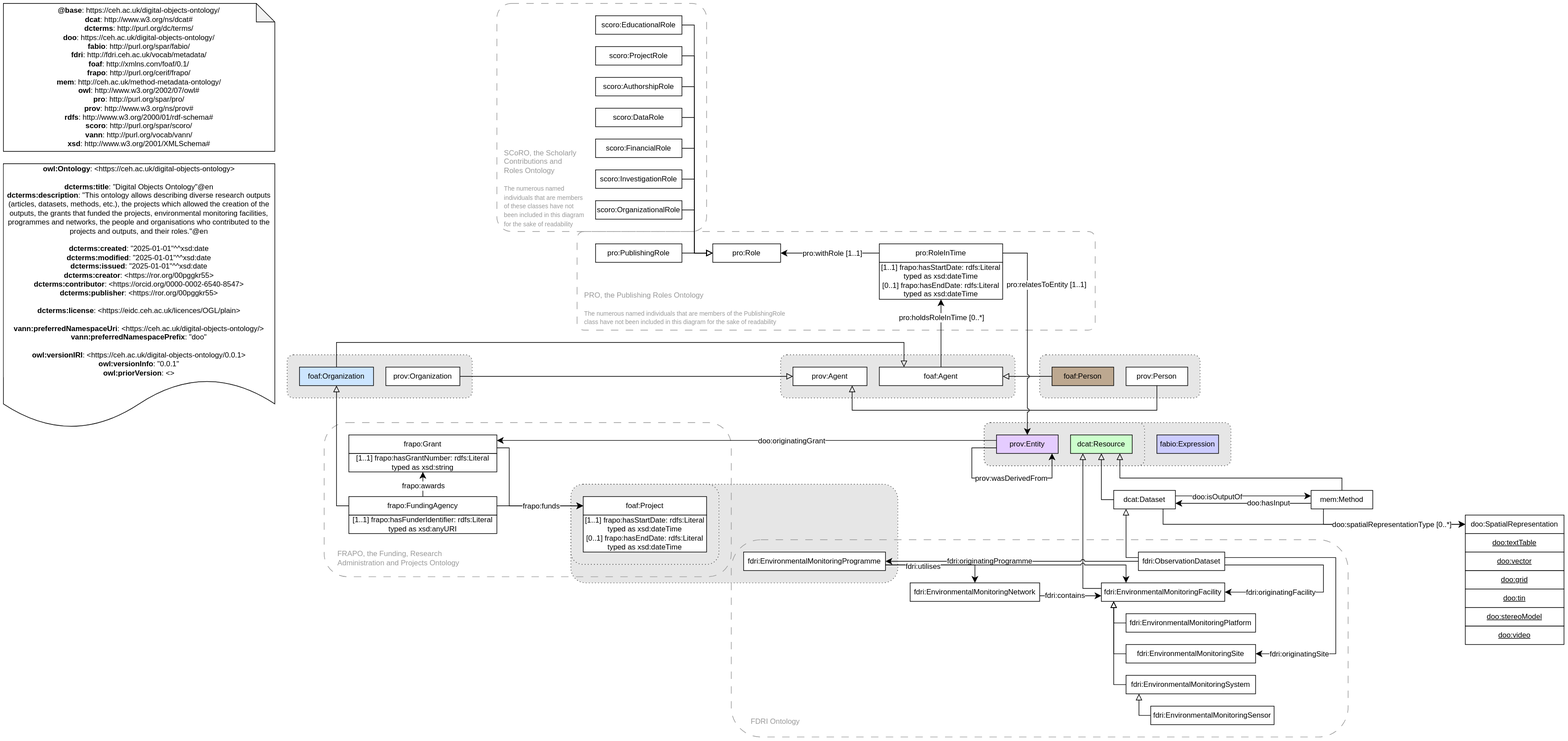
Before: ontology/diagrams/digital_objects_ontology.svg, a diagram exported from draw.io (NERC-CEH/digital-objects-ontology). Source tidied: cells renumbered, new cells last; positions are measured from the earlier drawing's top-left corner, leaving out a move shared by most shapes.
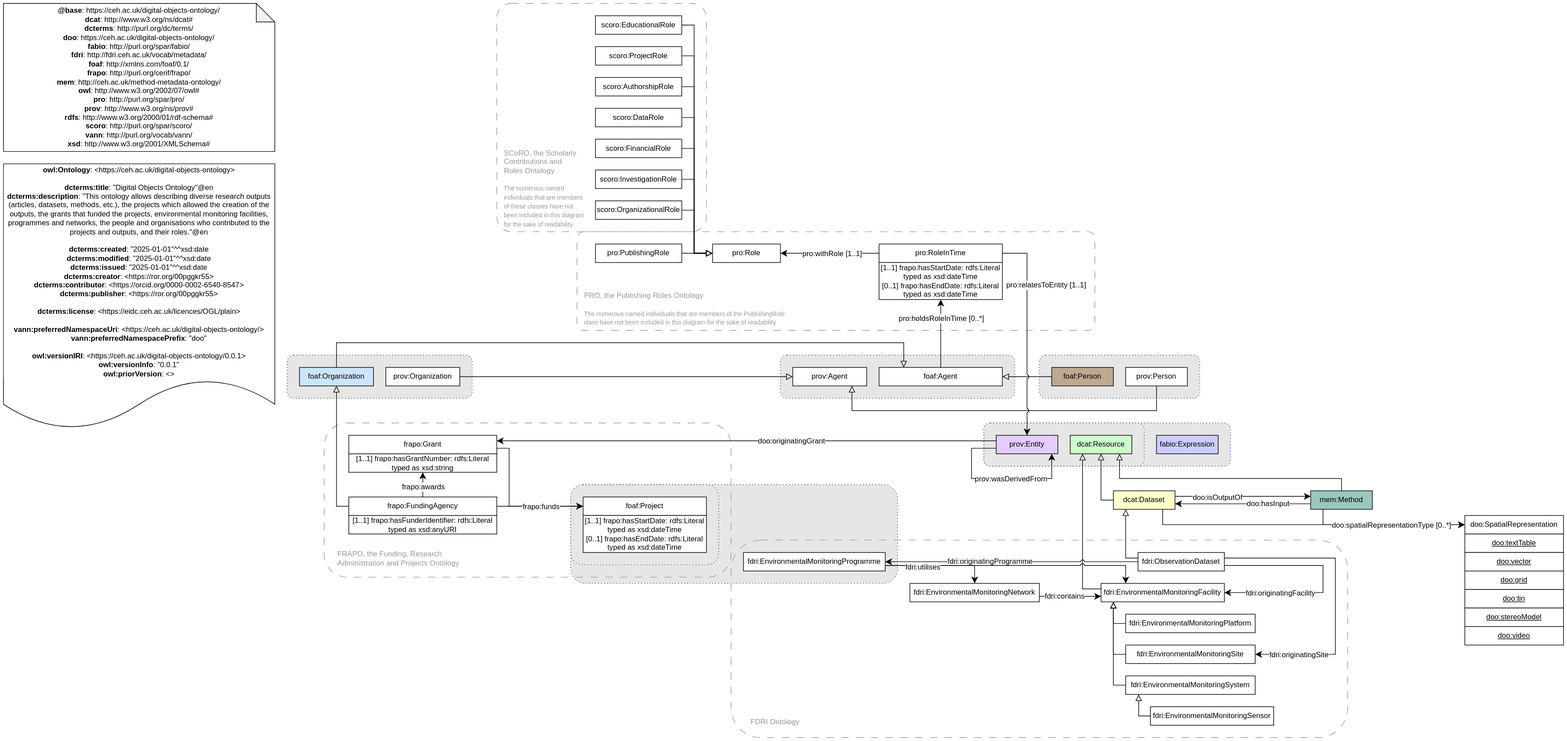
Later version of the same file.

Commit message:
added corresponding colour to dcat:Dataset and mem:Method classes

Diff of the diagram source:
```diff
@@ -387,7 +387,7 @@
         </Array>
       </mxGeometry>
     </mxCell>
-    <mxCell id="93" value="dcat:Dataset" style="rounded=0;whiteSpace=wrap;html=1;snapToPoint=1;points=[[0.1,0],[0.2,0],[0.3,0],[0.4,0],[0.5,0],[0.6,0],[0.7,0],[0.8,0],[0.9,0],[0,0.1],[0,0.3],[0,0.5],[0,0.7],[0,0.9],[0.1,1],[0.2,1],[0.3,1],[0.4,1],[0.5,1],[0.6,1],[0.7,1],[0.8,1],[0.9,1],[1,0.1],[1,0.3],[1,0.5],[1,0.7],[1,0.9]];" parent="1" vertex="1">
+    <mxCell id="93" value="dcat:Dataset" style="rounded=0;whiteSpace=wrap;html=1;snapToPoint=1;points=[[0.1,0],[0.2,0],[0.3,0],[0.4,0],[0.5,0],[0.6,0],[0.7,0],[0.8,0],[0.9,0],[0,0.1],[0,0.3],[0,0.5],[0,0.7],[0,0.9],[0.1,1],[0.2,1],[0.3,1],[0.4,1],[0.5,1],[0.6,1],[0.7,1],[0.8,1],[0.9,1],[1,0.1],[1,0.3],[1,0.5],[1,0.7],[1,0.9]];fillColor=#FFFFCC;" parent="1" vertex="1">
       <mxGeometry x="1800" y="790" width="100" height="30" as="geometry" />
     </mxCell>
     <mxCell id="94" style="endArrow=block;html=1;fontColor=#000099;exitX=0;exitY=0.3;exitDx=0;exitDy=0;endFill=0;entryX=0.2;entryY=1;entryDx=0;entryDy=0;endSize=8;arcSize=0;rounded=0;" parent="1" edge="1" source="95" target="93">
@@ -416,7 +416,7 @@
     <mxCell id="98" value="&lt;a href=&quot;https://github.com/NERC-CEH/fdri-ontology&quot;&gt;FDRI Ontology&lt;/a&gt;" style="text;html=1;align=left;verticalAlign=middle;strokeColor=none;fillColor=none;fontColor=#999999;" parent="1" vertex="1">
       <mxGeometry x="1210" y="1150" width="100" height="30" as="geometry" />
     </mxCell>
-    <mxCell id="99" value="mem:Method" style="rounded=0;whiteSpace=wrap;html=1;snapToPoint=1;points=[[0.1,0],[0.2,0],[0.3,0],[0.4,0],[0.5,0],[0.6,0],[0.7,0],[0.8,0],[0.9,0],[0,0.1],[0,0.3],[0,0.5],[0,0.7],[0,0.9],[0.1,1],[0.2,1],[0.3,1],[0.4,1],[0.5,1],[0.6,1],[0.7,1],[0.8,1],[0.9,1],[1,0.1],[1,0.3],[1,0.5],[1,0.7],[1,0.9]];" parent="1" vertex="1">
+    <mxCell id="99" value="mem:Method" style="rounded=0;whiteSpace=wrap;html=1;snapToPoint=1;points=[[0.1,0],[0.2,0],[0.3,0],[0.4,0],[0.5,0],[0.6,0],[0.7,0],[0.8,0],[0.9,0],[0,0.1],[0,0.3],[0,0.5],[0,0.7],[0,0.9],[0.1,1],[0.2,1],[0.3,1],[0.4,1],[0.5,1],[0.6,1],[0.7,1],[0.8,1],[0.9,1],[1,0.1],[1,0.3],[1,0.5],[1,0.7],[1,0.9]];fillColor=#9AC7BF;" parent="1" vertex="1">
       <mxGeometry x="2120" y="790" width="100" height="30" as="geometry" />
     </mxCell>
     <mxCell id="100" style="endArrow=block;html=1;fontColor=#000099;exitX=0.5;exitY=0;exitDx=0;exitDy=0;endFill=0;entryX=0.8;entryY=1;entryDx=0;entryDy=0;endSize=8;arcSize=0;rounded=0;" parent="1" edge="1" source="99" target="36">
```
